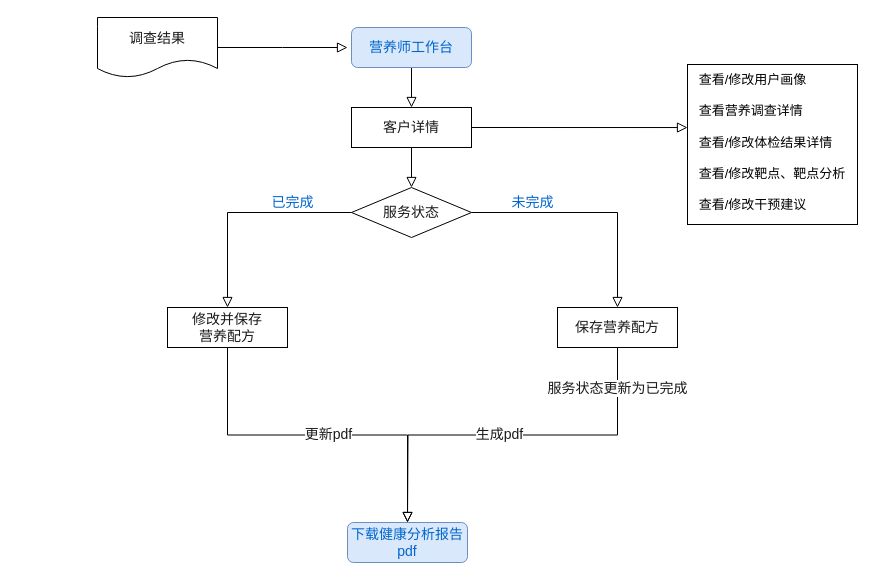
Before: page "第 4 页" (4 of 4) of C端.drawio in star-devil/diagramsFiles, a draw.io diagram. Source tidied: cells renumbered, new cells numbered last; positions are measured from the earlier drawing's top-left corner, leaving out a move shared by most shapes. Both pictures are drawn from the tidied source at 100%, with x=0, y=0 at pixel (97, 17).
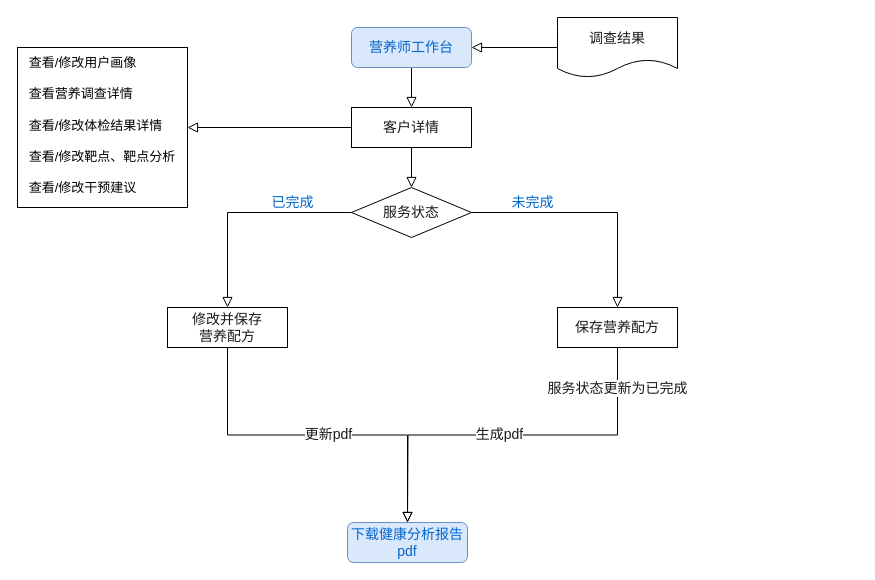
The same page after the edit.

The change refers to these unchanged cells:
```xml
<mxCell id="3" value="&lt;font style=&quot;font-size: 14px;&quot;&gt;营养师工作台&lt;/font&gt;" style="rounded=1;whiteSpace=wrap;html=1;fontSize=12;glass=0;strokeWidth=1;shadow=0;fillColor=#dae8fc;strokeColor=#6c8ebf;fontColor=#0066CC;" parent="1" vertex="1">
  <mxGeometry x="254" y="10" width="120" height="40" as="geometry" />
</mxCell>
<mxCell id="8" value="客户详情" style="rounded=0;whiteSpace=wrap;html=1;fontFamily=Helvetica;fontSize=14;fontColor=#1A1A1A;" parent="1" vertex="1">
  <mxGeometry x="254" y="90" width="120" height="40" as="geometry" />
</mxCell>
```

What changed in the source:
```diff
@@
-    <mxCell id="4" style="edgeStyle=orthogonalEdgeStyle;shape=connector;rounded=0;jettySize=auto;html=1;exitX=1;exitY=0.5;exitDx=0;exitDy=0;shadow=0;labelBackgroundColor=none;strokeColor=default;strokeWidth=1;fontFamily=Helvetica;fontSize=14;fontColor=#1A1A1A;endArrow=block;endFill=0;endSize=8;" parent="1" edge="1" source="5">
-      <mxGeometry relative="1" as="geometry">
-        <mxPoint x="250" y="30" as="targetPoint" />
-      </mxGeometry>
-    </mxCell>
+    <mxCell id="23" style="edgeStyle=orthogonalEdgeStyle;shape=connector;rounded=0;jettySize=auto;html=1;exitX=0;exitY=0.5;exitDx=0;exitDy=0;entryX=1;entryY=0.5;entryDx=0;entryDy=0;shadow=0;labelBackgroundColor=none;strokeColor=default;strokeWidth=1;fontFamily=Helvetica;fontSize=14;fontColor=#0066CC;endArrow=block;endFill=0;endSize=8;" parent="1" edge="1" source="5" target="3">
+      <mxGeometry relative="1" as="geometry" />
+    </mxCell>
     <mxCell id="5" value="&lt;font color=&quot;#1a1a1a&quot; style=&quot;font-size: 14px;&quot;&gt;调查结果&lt;/font&gt;" style="shape=document;whiteSpace=wrap;html=1;boundedLbl=1;fontFamily=Helvetica;fontSize=11;fontColor=#0066CC;" parent="1" vertex="1">
-      <mxGeometry width="120" height="60" as="geometry" />
+      <mxGeometry x="460" width="120" height="60" as="geometry" />
     </mxCell>
@@
-    <mxCell id="7" style="edgeStyle=orthogonalEdgeStyle;shape=connector;rounded=0;jettySize=auto;html=1;exitX=1;exitY=0.5;exitDx=0;exitDy=0;entryX=0;entryY=0.394;entryDx=0;entryDy=0;entryPerimeter=0;shadow=0;labelBackgroundColor=none;strokeColor=default;strokeWidth=1;fontFamily=Helvetica;fontSize=13;fontColor=#000000;endArrow=block;endFill=0;endSize=8;" parent="1" edge="1" source="8" target="22">
+    <mxCell id="7" style="edgeStyle=orthogonalEdgeStyle;shape=connector;rounded=0;jettySize=auto;html=1;exitX=0;exitY=0.5;exitDx=0;exitDy=0;shadow=0;labelBackgroundColor=none;strokeColor=default;strokeWidth=1;fontFamily=Helvetica;fontSize=13;fontColor=#000000;endArrow=block;endFill=0;endSize=8;" parent="1" edge="1" source="8" target="22">
       <mxGeometry relative="1" as="geometry" />
     </mxCell>
@@
     <mxCell id="22" value="&lt;p style=&quot;margin-top: 0pt; margin-bottom: 0pt; margin-left: 0in; text-align: left; direction: ltr; unicode-bidi: embed; word-break: normal; line-height: 0px; font-size: 13px;&quot;&gt;&lt;font style=&quot;font-size: 13px;&quot;&gt;&lt;span style=&quot;font-family: 等线;&quot;&gt;查看&lt;/span&gt;&lt;span style=&quot;font-family: 等线;&quot;&gt;/&lt;/span&gt;&lt;span style=&quot;font-family: 等线;&quot;&gt;修改用户画像&lt;/span&gt;&lt;/font&gt;&lt;/p&gt;&lt;font style=&quot;font-size: 13px;&quot;&gt;&lt;br&gt;&lt;br&gt;&lt;/font&gt;&lt;p style=&quot;margin-top: 0pt; margin-bottom: 0pt; margin-left: 0in; text-align: left; direction: ltr; unicode-bidi: embed; word-break: normal; line-height: 0px; font-size: 13px;&quot;&gt;&lt;span style=&quot;font-family: 等线;&quot;&gt;&lt;font style=&quot;font-size: 13px;&quot;&gt;查看营养调查详情&lt;/font&gt;&lt;/span&gt;&lt;/p&gt;&lt;font style=&quot;font-size: 13px;&quot;&gt;&lt;br&gt;&lt;br&gt;&lt;/font&gt;&lt;p style=&quot;margin-top: 0pt; margin-bottom: 0pt; margin-left: 0in; text-align: left; direction: ltr; unicode-bidi: embed; word-break: normal; line-height: 0px; font-size: 13px;&quot;&gt;&lt;font style=&quot;font-size: 13px;&quot;&gt;&lt;span style=&quot;font-family: 等线;&quot;&gt;查看&lt;/span&gt;&lt;span style=&quot;font-family: 等线;&quot;&gt;/&lt;/span&gt;&lt;span style=&quot;font-family: 等线;&quot;&gt;修改体检结果详情&lt;/span&gt;&lt;/font&gt;&lt;/p&gt;&lt;font style=&quot;font-size: 13px;&quot;&gt;&lt;br&gt;&lt;br&gt;&lt;/font&gt;&lt;p style=&quot;margin-top: 0pt; margin-bottom: 0pt; margin-left: 0in; text-align: left; direction: ltr; unicode-bidi: embed; word-break: normal; line-height: 0px; font-size: 13px;&quot;&gt;&lt;font style=&quot;font-size: 13px;&quot;&gt;&lt;span style=&quot;font-family: 等线;&quot;&gt;查看&lt;/span&gt;&lt;span style=&quot;font-family: 等线;&quot;&gt;/&lt;/span&gt;&lt;span style=&quot;font-family: 等线;&quot;&gt;修改靶点、靶点分析&lt;/span&gt;&lt;/font&gt;&lt;/p&gt;&lt;font style=&quot;font-size: 13px;&quot;&gt;&lt;br&gt;&lt;br&gt;&lt;/font&gt;&lt;p style=&quot;margin-top: 0pt; margin-bottom: 0pt; margin-left: 0in; text-align: left; direction: ltr; unicode-bidi: embed; word-break: normal; line-height: 0px; font-size: 13px;&quot;&gt;&lt;font style=&quot;font-size: 13px;&quot;&gt;&lt;span style=&quot;font-family: 等线;&quot;&gt;查看&lt;/span&gt;&lt;span style=&quot;font-family: 等线;&quot;&gt;/&lt;/span&gt;&lt;span style=&quot;font-family: 等线;&quot;&gt;修改干预建议&lt;/span&gt;&lt;/font&gt;&lt;/p&gt;" style="rounded=0;whiteSpace=wrap;html=1;fillStyle=auto;strokeColor=#000000;fontFamily=Helvetica;fontSize=11;fontColor=#000000;fillColor=none;gradientColor=none;" parent="1" vertex="1">
-      <mxGeometry x="590" y="47" width="170" height="160" as="geometry" />
+      <mxGeometry x="-80" y="30" width="170" height="160" as="geometry" />
     </mxCell>
```
